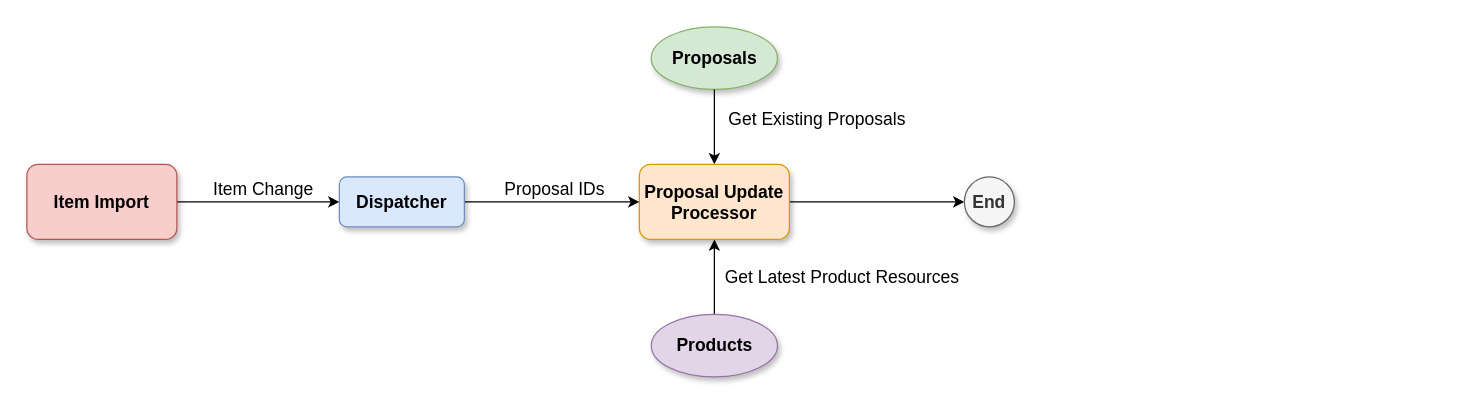
Before: Auto Proposal Update Domain Relationship.drawio in dajin-kingland/UMLdiagrams, a draw.io diagram. Source tidied: cells renumbered, new cells numbered last; positions are measured from the earlier drawing's top-left corner, leaving out a move shared by most shapes. Both pictures are drawn from the tidied source at 125%, with x=0, y=0 at pixel (26, 26).
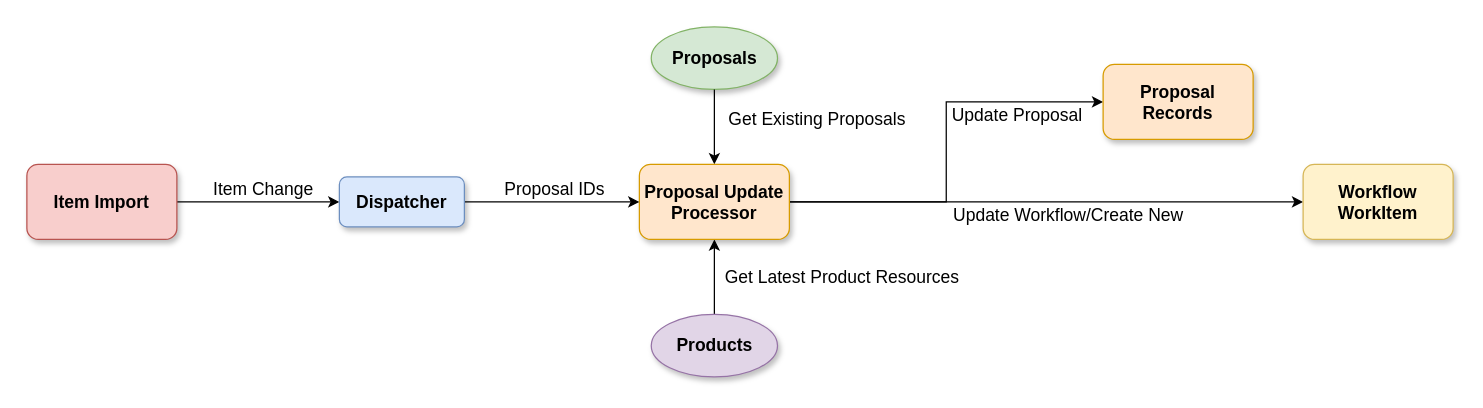
Above is the later version.

The change refers to these unchanged cells:
```xml
<mxCell id="9" value="&lt;b&gt;Proposal Update Processor&lt;/b&gt;" style="rounded=1;whiteSpace=wrap;html=1;fillColor=#ffe6cc;strokeColor=#d79b00;shadow=1;sketch=0;fontFamily=Helvetica;verticalAlign=middle;fontSize=14;" parent="1" vertex="1">
  <mxGeometry x="490" y="110" width="120" height="60" as="geometry" />
</mxCell>
```

The edit, as a diff of the source:
```diff
@@
-    <mxCell id="8" style="edgeStyle=orthogonalEdgeStyle;rounded=0;jumpSize=6;jettySize=auto;html=1;endArrow=classic;endFill=1;startSize=6;endSize=6;strokeColor=#000000;strokeWidth=1;entryX=0;entryY=0.5;entryDx=0;entryDy=0;shadow=0;sketch=0;fontFamily=Helvetica;verticalAlign=middle;fontSize=14;" parent="1" edge="1" source="9" target="12">
+    <mxCell id="8" style="edgeStyle=orthogonalEdgeStyle;rounded=0;jumpSize=6;jettySize=auto;html=1;endArrow=classic;endFill=1;startSize=6;endSize=6;strokeColor=#000000;strokeWidth=1;entryX=0;entryY=0.5;entryDx=0;entryDy=0;shadow=0;sketch=0;fontFamily=Helvetica;verticalAlign=middle;fontSize=14;" parent="1" edge="1" source="9" target="20">
       <mxGeometry relative="1" as="geometry" />
     </mxCell>
+    <mxCell id="17" value="&lt;font style=&quot;font-size: 14px&quot;&gt;Update Proposal&lt;/font&gt;" style="edgeLabel;html=1;align=center;verticalAlign=middle;" parent="8" vertex="1">
+      <mxGeometry x="-0.38" y="3" relative="1" as="geometry">
+        <mxPoint x="78" y="-67" as="offset" />
+      </mxGeometry>
+    </mxCell>
+    <mxCell id="18" style="edgeStyle=orthogonalEdgeStyle;rounded=0;jettySize=auto;html=1;entryX=0;entryY=0.5;entryDx=0;entryDy=0;startArrow=none;startFill=0;endArrow=classic;endFill=1;" parent="1" edge="1" source="9" target="21">
+      <mxGeometry relative="1" as="geometry" />
+    </mxCell>
+    <mxCell id="19" value="&lt;font style=&quot;font-size: 14px&quot;&gt;Update Workflow/Create New&lt;/font&gt;" style="edgeLabel;html=1;align=center;verticalAlign=middle;" parent="18" vertex="1">
+      <mxGeometry x="0.38" y="4" relative="1" as="geometry">
+        <mxPoint x="-62" y="14" as="offset" />
+      </mxGeometry>
+    </mxCell>
@@
-    <mxCell id="12" value="&lt;b&gt;End&lt;/b&gt;" style="ellipse;whiteSpace=wrap;html=1;fillColor=#f5f5f5;strokeColor=#666666;fontColor=#333333;shadow=1;sketch=0;fontFamily=Helvetica;verticalAlign=middle;fontSize=14;" parent="1" vertex="1">
-      <mxGeometry x="750" y="120" width="40" height="40" as="geometry" />
-    </mxCell>
@@
+    <mxCell id="20" value="&lt;b&gt;Proposal Records&lt;/b&gt;" style="rounded=1;whiteSpace=wrap;html=1;fillColor=#ffe6cc;strokeColor=#d79b00;shadow=1;sketch=0;fontFamily=Helvetica;verticalAlign=middle;fontSize=14;" parent="1" vertex="1">
+      <mxGeometry x="861" y="30" width="120" height="60" as="geometry" />
+    </mxCell>
+    <mxCell id="21" value="&lt;b&gt;Workflow WorkItem&lt;/b&gt;" style="rounded=1;whiteSpace=wrap;html=1;shadow=1;labelBackgroundColor=none;sketch=0;fontFamily=Helvetica;fontSize=14;verticalAlign=middle;fillColor=#fff2cc;strokeColor=#d6b656;glass=0;" parent="1" vertex="1">
+      <mxGeometry x="1021" y="110" width="120" height="60" as="geometry" />
+    </mxCell>
```
